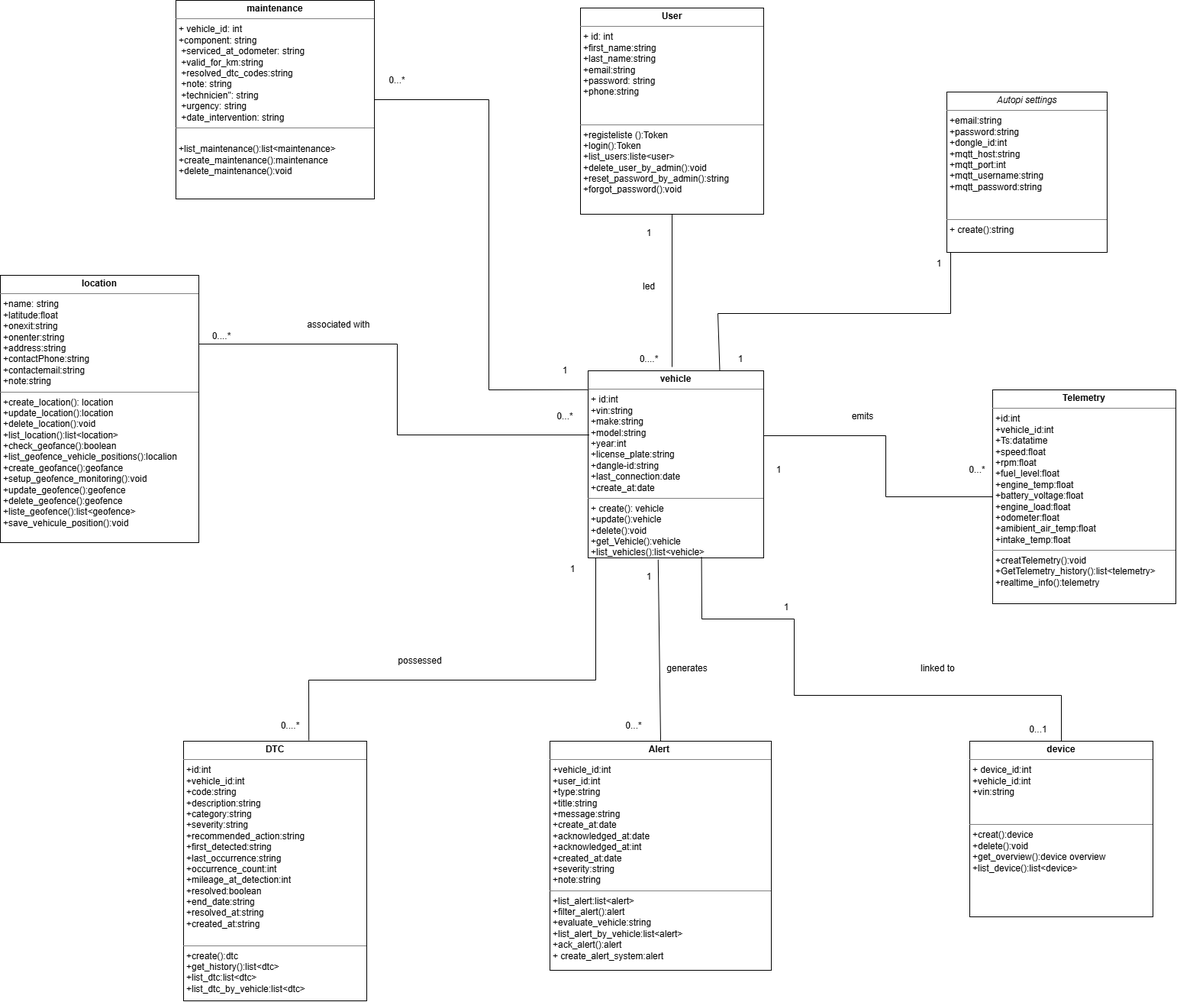
Before: image/Diagramme classe.drawio.png, a diagram exported from draw.io (imenmallouli/deploy). Source tidied: cells renumbered, new cells last; positions are measured from the earlier drawing's top-left corner, leaving out a move shared by most shapes.
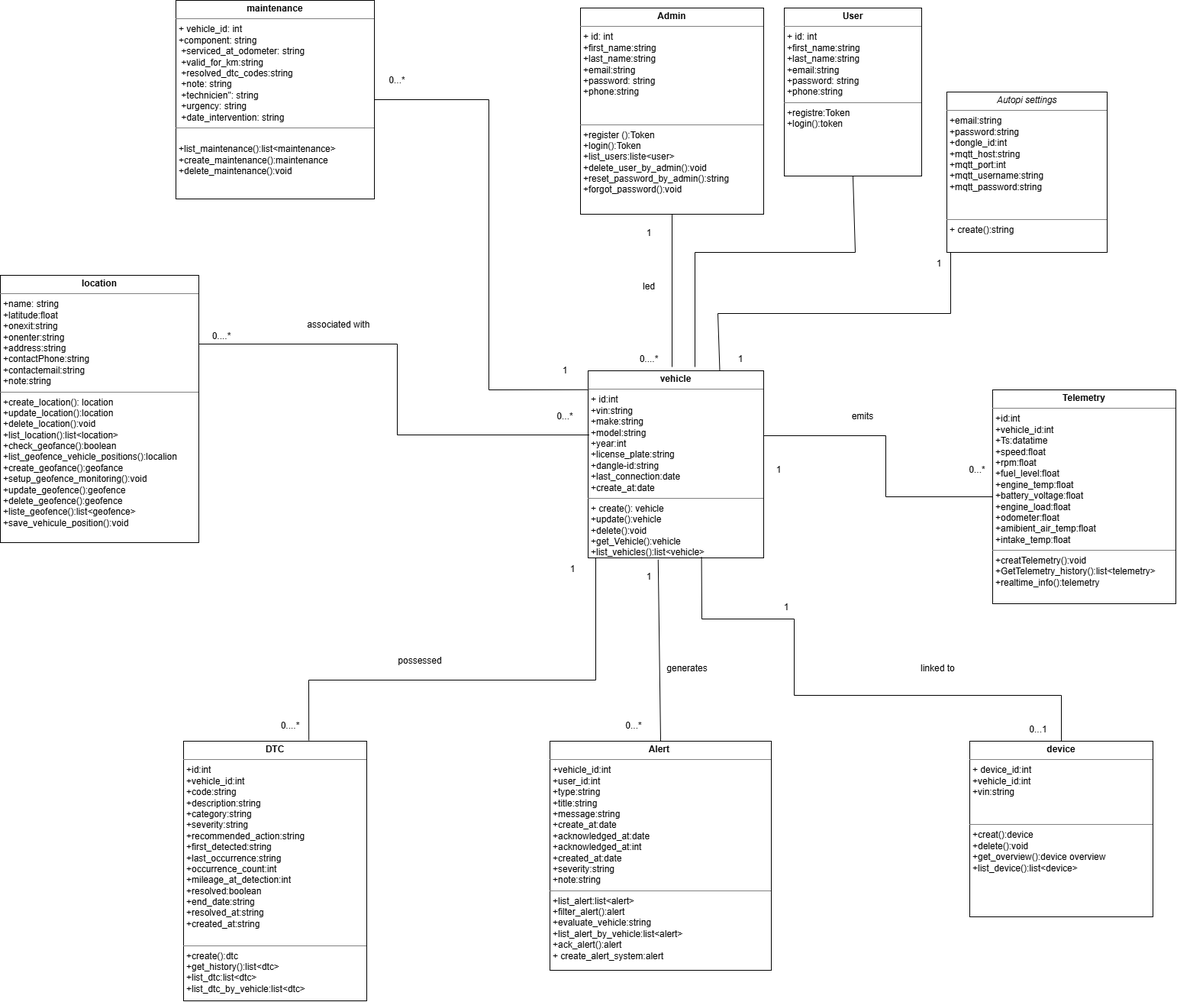
Above is the later version.

What changed in the source:
```diff
@@ -2,7 +2,7 @@
   <root>
     <mxCell id="0" />
     <mxCell id="1" parent="0" />
-    <mxCell id="2" value="&lt;p style=&quot;margin:0px;margin-top:4px;text-align:center;&quot;&gt;&lt;b&gt;User&lt;/b&gt;&lt;/p&gt;&lt;hr size=&quot;1&quot; style=&quot;border-style:solid;&quot;&gt;&lt;p style=&quot;margin:0px;margin-left:4px;&quot;&gt;+ id: int&lt;/p&gt;&lt;p style=&quot;margin:0px;margin-left:4px;&quot;&gt;+first_name:string&lt;/p&gt;&lt;p style=&quot;margin:0px;margin-left:4px;&quot;&gt;+last_name:string&lt;/p&gt;&lt;p style=&quot;margin:0px;margin-left:4px;&quot;&gt;+email:string&lt;/p&gt;&lt;p style=&quot;margin:0px;margin-left:4px;&quot;&gt;+password: string&lt;/p&gt;&lt;p style=&quot;margin:0px;margin-left:4px;&quot;&gt;+phone:string&lt;/p&gt;&lt;p style=&quot;margin:0px;margin-left:4px;&quot;&gt;&lt;br&gt;&lt;/p&gt;&lt;p style=&quot;margin:0px;margin-left:4px;&quot;&gt;&lt;br&gt;&lt;/p&gt;&lt;hr size=&quot;1&quot; style=&quot;border-style:solid;&quot;&gt;&lt;p style=&quot;margin:0px;margin-left:4px;&quot;&gt;+registeliste ():Token&lt;/p&gt;&lt;p style=&quot;margin:0px;margin-left:4px;&quot;&gt;+login():Token&lt;/p&gt;&lt;p style=&quot;margin:0px;margin-left:4px;&quot;&gt;+list_users:liste&amp;lt;user&amp;gt;&lt;/p&gt;&lt;p style=&quot;margin:0px;margin-left:4px;&quot;&gt;+delete_user_by_admin():void&lt;/p&gt;&lt;p style=&quot;margin:0px;margin-left:4px;&quot;&gt;+reset_password_by_admin():string&lt;/p&gt;&lt;p style=&quot;margin:0px;margin-left:4px;&quot;&gt;+forgot_password():void&lt;/p&gt;" style="verticalAlign=top;align=left;overflow=fill;html=1;whiteSpace=wrap;" parent="1" vertex="1">
+    <mxCell id="2" value="&lt;p style=&quot;margin:0px;margin-top:4px;text-align:center;&quot;&gt;&lt;b&gt;Admin&lt;/b&gt;&lt;/p&gt;&lt;hr size=&quot;1&quot; style=&quot;border-style:solid;&quot;&gt;&lt;p style=&quot;margin:0px;margin-left:4px;&quot;&gt;+ id: int&lt;/p&gt;&lt;p style=&quot;margin:0px;margin-left:4px;&quot;&gt;+first_name:string&lt;/p&gt;&lt;p style=&quot;margin:0px;margin-left:4px;&quot;&gt;+last_name:string&lt;/p&gt;&lt;p style=&quot;margin:0px;margin-left:4px;&quot;&gt;+email:string&lt;/p&gt;&lt;p style=&quot;margin:0px;margin-left:4px;&quot;&gt;+password: string&lt;/p&gt;&lt;p style=&quot;margin:0px;margin-left:4px;&quot;&gt;+phone:string&lt;/p&gt;&lt;p style=&quot;margin:0px;margin-left:4px;&quot;&gt;&lt;br&gt;&lt;/p&gt;&lt;p style=&quot;margin:0px;margin-left:4px;&quot;&gt;&lt;br&gt;&lt;/p&gt;&lt;hr size=&quot;1&quot; style=&quot;border-style:solid;&quot;&gt;&lt;p style=&quot;margin:0px;margin-left:4px;&quot;&gt;+register ():Token&lt;/p&gt;&lt;p style=&quot;margin:0px;margin-left:4px;&quot;&gt;+login():Token&lt;/p&gt;&lt;p style=&quot;margin:0px;margin-left:4px;&quot;&gt;+list_users:liste&amp;lt;user&amp;gt;&lt;/p&gt;&lt;p style=&quot;margin:0px;margin-left:4px;&quot;&gt;+delete_user_by_admin():void&lt;/p&gt;&lt;p style=&quot;margin:0px;margin-left:4px;&quot;&gt;+reset_password_by_admin():string&lt;/p&gt;&lt;p style=&quot;margin:0px;margin-left:4px;&quot;&gt;+forgot_password():void&lt;/p&gt;" style="verticalAlign=top;align=left;overflow=fill;html=1;whiteSpace=wrap;" parent="1" vertex="1">
       <mxGeometry x="760" y="10" width="240" height="270" as="geometry" />
     </mxCell>
     <mxCell id="3" value="&lt;p style=&quot;margin:0px;margin-top:4px;text-align:center;&quot;&gt;&lt;b&gt;vehicle&lt;/b&gt;&lt;/p&gt;&lt;hr size=&quot;1&quot; style=&quot;border-style:solid;&quot;&gt;&lt;p style=&quot;margin:0px;margin-left:4px;&quot;&gt;+ id:int&lt;/p&gt;&lt;p style=&quot;margin:0px;margin-left:4px;&quot;&gt;+vin:string&lt;/p&gt;&lt;p style=&quot;margin:0px;margin-left:4px;&quot;&gt;+make:string&lt;/p&gt;&lt;p style=&quot;margin:0px;margin-left:4px;&quot;&gt;+model:string&lt;/p&gt;&lt;p style=&quot;margin:0px;margin-left:4px;&quot;&gt;+year:int&lt;/p&gt;&lt;p style=&quot;margin:0px;margin-left:4px;&quot;&gt;+license_plate:string&lt;/p&gt;&lt;p style=&quot;margin:0px;margin-left:4px;&quot;&gt;+dangle-id:string&lt;/p&gt;&lt;p style=&quot;margin:0px;margin-left:4px;&quot;&gt;+last_connection:date&lt;/p&gt;&lt;p style=&quot;margin:0px;margin-left:4px;&quot;&gt;+create_at:date&lt;/p&gt;&lt;hr size=&quot;1&quot; style=&quot;border-style:solid;&quot;&gt;&lt;p style=&quot;margin:0px;margin-left:4px;&quot;&gt;+ create(): vehicle&lt;/p&gt;&lt;p style=&quot;margin:0px;margin-left:4px;&quot;&gt;+update():vehicle&lt;/p&gt;&lt;p style=&quot;margin:0px;margin-left:4px;&quot;&gt;+delete():void&lt;/p&gt;&lt;p style=&quot;margin:0px;margin-left:4px;&quot;&gt;+get_Vehicle():vehicle&lt;/p&gt;&lt;p style=&quot;margin:0px;margin-left:4px;&quot;&gt;+list_vehicles():list&amp;lt;vehicle&amp;gt;&lt;/p&gt;" style="verticalAlign=top;align=left;overflow=fill;html=1;whiteSpace=wrap;" parent="1" vertex="1">
@@ -151,5 +151,17 @@
         </Array>
       </mxGeometry>
     </mxCell>
+    <mxCell id="41" value="&lt;p style=&quot;margin:0px;margin-top:4px;text-align:center;&quot;&gt;&lt;b&gt;User&lt;/b&gt;&lt;/p&gt;&lt;hr size=&quot;1&quot; style=&quot;border-style:solid;&quot;&gt;&lt;p style=&quot;margin: 0px 0px 0px 4px;&quot;&gt;+ id: int&lt;/p&gt;&lt;p style=&quot;margin: 0px 0px 0px 4px;&quot;&gt;+first_name:string&lt;/p&gt;&lt;p style=&quot;margin: 0px 0px 0px 4px;&quot;&gt;+last_name:string&lt;/p&gt;&lt;p style=&quot;margin: 0px 0px 0px 4px;&quot;&gt;+email:string&lt;/p&gt;&lt;p style=&quot;margin: 0px 0px 0px 4px;&quot;&gt;+password: string&lt;/p&gt;&lt;p style=&quot;margin: 0px 0px 0px 4px;&quot;&gt;+phone:string&lt;/p&gt;&lt;hr size=&quot;1&quot; style=&quot;border-style:solid;&quot;&gt;&lt;p style=&quot;margin:0px;margin-left:4px;&quot;&gt;+registre:Token&lt;/p&gt;&lt;p style=&quot;margin:0px;margin-left:4px;&quot;&gt;+login():token&amp;nbsp;&lt;/p&gt;" style="verticalAlign=top;align=left;overflow=fill;html=1;whiteSpace=wrap;" parent="1" vertex="1">
+      <mxGeometry x="1027" y="10" width="180" height="220" as="geometry" />
+    </mxCell>
+    <mxCell id="42" style="endArrow=none;html=1;rounded=0;entryX=0.5;entryY=1;entryDx=0;entryDy=0;" parent="1" edge="1" target="41">
+      <mxGeometry relative="1" as="geometry">
+        <mxPoint x="910" y="480" as="sourcePoint" />
+        <Array as="points">
+          <mxPoint x="910" y="330" />
+          <mxPoint x="1120" y="330" />
+        </Array>
+      </mxGeometry>
+    </mxCell>
   </root>
 </mxGraphModel>
```
